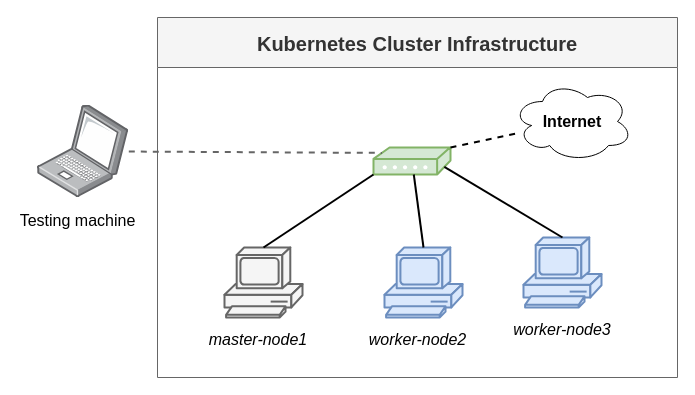
Maxelweb/KubernetesAnalysisUNIPD keeps this draw.io diagram as docs/schemas/kubernetes-cluster.drawio. Above is the earlier version. Source tidied: cells renumbered, new cells numbered last; positions are measured from the earlier drawing's top-left corner, leaving out a move shared by most shapes. Both pictures are drawn from the tidied source at 100%, with x=0, y=0 at pixel (17, 17).
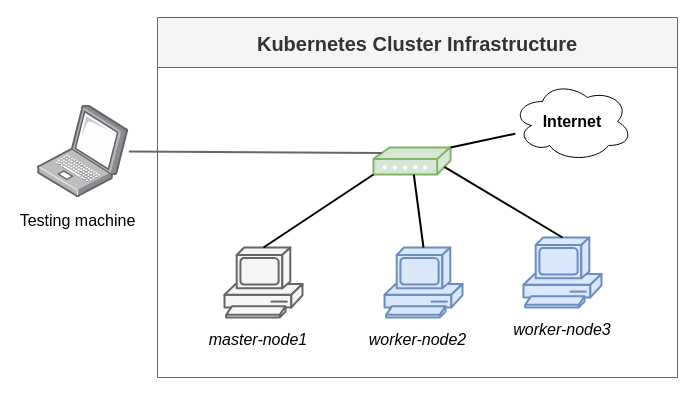
After the change.

Commit message (it also covers changes not shown here):
Fixed lines in kube-schemas

Change to the diagram source:
```diff
@@
 <mxGraphModel background="#ffffff">
   <root>
     <mxCell id="0" />
     <mxCell id="1" parent="0" />
     <mxCell id="2" value="Kubernetes Cluster Infrastructure" style="swimlane;fontSize=20;startSize=50;strokeColor=#666666;fontColor=#333333;swimlaneFillColor=#ffffff;fillColor=#f5f5f5;" parent="1" vertex="1">
       <mxGeometry x="140" width="520" height="360" as="geometry" />
     </mxCell>
     <mxCell id="3" style="shape=mxgraph.cisco.computers_and_peripherals.pc;html=1;dashed=0;fillColor=#dae8fc;strokeColor=#6c8ebf;strokeWidth=2;verticalLabelPosition=bottom;verticalAlign=top;align=center;outlineConnect=0;" parent="2" vertex="1">
       <mxGeometry x="227" y="230" width="78" height="70" as="geometry" />
     </mxCell>
     <mxCell id="4" value="Internet" style="ellipse;shape=cloud;whiteSpace=wrap;html=1;rounded=0;shadow=0;comic=0;strokeWidth=1;fontFamily=Helvetica;fontSize=16;fontStyle=1;" parent="2" vertex="1">
       <mxGeometry x="355" y="64" width="120" height="80" as="geometry" />
     </mxCell>
     <mxCell id="5" style="shape=mxgraph.cisco.modems_and_phones.modem;html=1;dashed=0;strokeWidth=2;verticalLabelPosition=bottom;verticalAlign=top;align=center;outlineConnect=0;fillColor=#d5e8d4;strokeColor=#82b366;" parent="2" vertex="1">
       <mxGeometry x="216" y="130" width="77" height="27" as="geometry" />
     </mxCell>
     <mxCell id="6" style="edgeStyle=none;html=1;labelBackgroundColor=none;startFill=0;endArrow=none;endFill=0;strokeWidth=2;fontFamily=Verdana;fontSize=12;entryX=0.5;entryY=0;entryDx=0;entryDy=0;entryPerimeter=0;" parent="2" edge="1" source="5" target="3">
       <mxGeometry relative="1" as="geometry" />
     </mxCell>
-    <mxCell id="7" style="edgeStyle=none;html=1;labelBackgroundColor=none;startFill=0;endArrow=none;endFill=0;strokeWidth=2;fontFamily=Verdana;fontSize=12;exitX=1;exitY=0;exitDx=0;exitDy=0;exitPerimeter=0;dashed=1;" parent="2" edge="1" source="5" target="4">
+    <mxCell id="7" style="edgeStyle=none;html=1;labelBackgroundColor=none;startFill=0;endArrow=none;endFill=0;strokeWidth=2;fontFamily=Verdana;fontSize=12;exitX=1;exitY=0;exitDx=0;exitDy=0;exitPerimeter=0;" parent="2" edge="1" source="5" target="4">
       <mxGeometry relative="1" as="geometry" />
     </mxCell>
     <mxCell id="8" style="shape=mxgraph.cisco.computers_and_peripherals.pc;html=1;dashed=0;fillColor=#f5f5f5;strokeColor=#666666;strokeWidth=2;verticalLabelPosition=bottom;verticalAlign=top;align=center;outlineConnect=0;fontColor=#333333;" parent="1" vertex="1">
       <mxGeometry x="207" y="230" width="78" height="70" as="geometry" />
     </mxCell>
     <mxCell id="9" value="master-node1" style="text;html=1;strokeColor=none;fillColor=none;align=center;verticalAlign=middle;whiteSpace=wrap;overflow=hidden;fontSize=16;fontStyle=2;" parent="1" vertex="1">
       <mxGeometry x="186" y="310" width="110" height="20" as="geometry" />
     </mxCell>
     <mxCell id="10" style="shape=mxgraph.cisco.computers_and_peripherals.pc;html=1;dashed=0;fillColor=#dae8fc;strokeColor=#6c8ebf;strokeWidth=2;verticalLabelPosition=bottom;verticalAlign=top;align=center;outlineConnect=0;" parent="1" vertex="1">
       <mxGeometry x="506" y="220" width="78" height="70" as="geometry" />
     </mxCell>
     <mxCell id="11" value="worker-node3" style="text;html=1;strokeColor=none;fillColor=none;align=center;verticalAlign=middle;whiteSpace=wrap;overflow=hidden;fontSize=16;fontStyle=2;" parent="1" vertex="1">
       <mxGeometry x="495" y="300" width="100" height="20" as="geometry" />
     </mxCell>
     <mxCell id="12" value="worker-node2" style="text;html=1;strokeColor=none;fillColor=none;align=center;verticalAlign=middle;whiteSpace=wrap;overflow=hidden;fontSize=16;fontStyle=2;" parent="1" vertex="1">
       <mxGeometry x="346.8" y="310" width="106.5" height="20" as="geometry" />
     </mxCell>
     <mxCell id="13" style="edgeStyle=none;html=1;labelBackgroundColor=none;startFill=0;endArrow=none;endFill=0;strokeWidth=2;fontFamily=Verdana;fontSize=12;exitX=0.92;exitY=0.72;exitDx=0;exitDy=0;exitPerimeter=0;entryX=0.5;entryY=0;entryDx=0;entryDy=0;entryPerimeter=0;" parent="1" edge="1" source="5" target="10">
       <mxGeometry relative="1" as="geometry" />
     </mxCell>
     <mxCell id="14" style="edgeStyle=none;html=1;labelBackgroundColor=none;startFill=0;endArrow=none;endFill=0;strokeWidth=2;fontFamily=Verdana;fontSize=12;exitX=0;exitY=1;exitDx=0;exitDy=0;exitPerimeter=0;entryX=0.5;entryY=0;entryDx=0;entryDy=0;entryPerimeter=0;" parent="1" edge="1" source="5" target="8">
       <mxGeometry relative="1" as="geometry" />
     </mxCell>
     <mxCell id="15" style="points=[];html=1;align=center;shadow=0;dashed=0;image;image=img/lib/allied_telesis/computer_and_terminals/Laptop.svg;" parent="1" vertex="1">
       <mxGeometry x="20" y="87.5" width="91.3" height="92.6" as="geometry" />
     </mxCell>
     <mxCell id="16" value="Testing machine" style="text;html=1;strokeColor=none;fillColor=none;align=center;verticalAlign=middle;whiteSpace=wrap;overflow=hidden;fontSize=16;" parent="1" vertex="1">
       <mxGeometry y="185" width="120.7" height="35" as="geometry" />
     </mxCell>
-    <mxCell id="17" style="endArrow=none;dashed=1;html=1;strokeWidth=2;entryX=0.11;entryY=0.2;entryDx=0;entryDy=0;entryPerimeter=0;fillColor=#f5f5f5;strokeColor=#666666;" parent="1" edge="1" source="15" target="5">
+    <mxCell id="17" style="endArrow=none;html=1;strokeWidth=2;entryX=0.11;entryY=0.2;entryDx=0;entryDy=0;entryPerimeter=0;fillColor=#f5f5f5;strokeColor=#666666;" parent="1" edge="1" source="15" target="5">
       <mxGeometry relative="1" as="geometry" />
     </mxCell>
   </root>
 </mxGraphModel>
```
